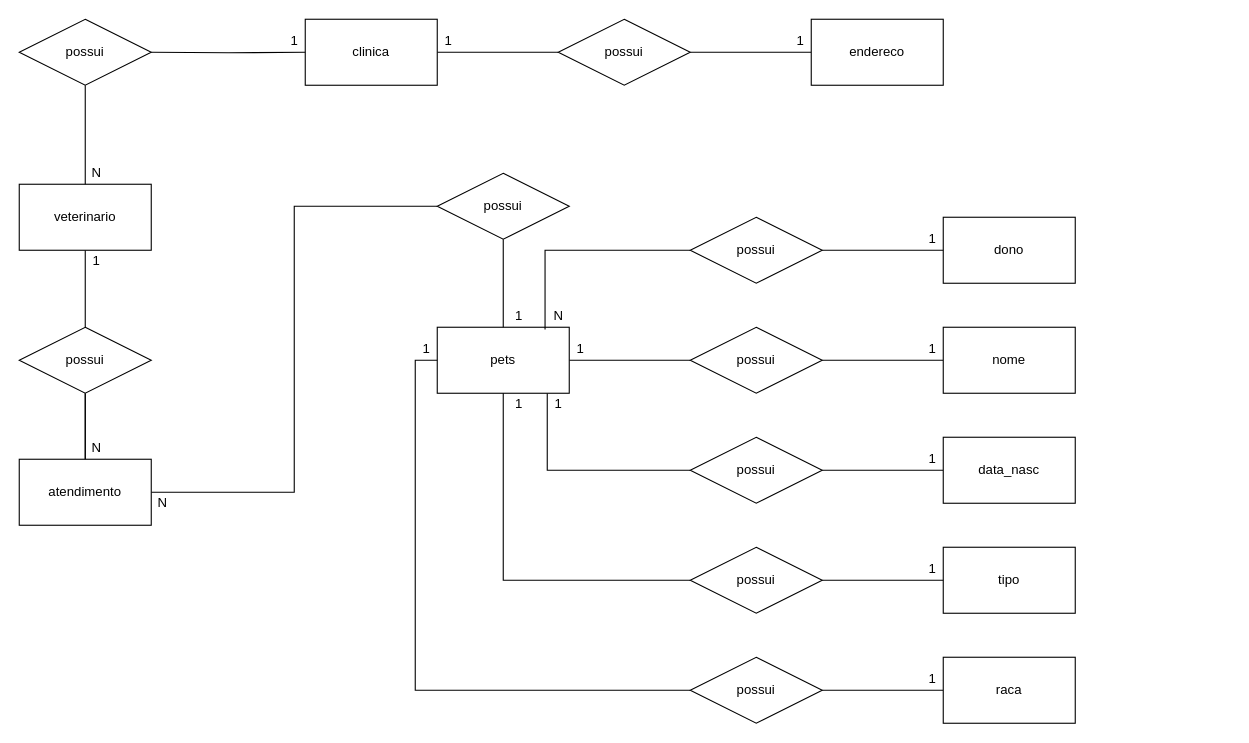
Before: page "conceitual" (1 of 2) of Sprint 1/Exercícios/1.3-exercicio-pclinics/1.3-exercicio-pclinics.drawio in Marcaum04/2021-2S-2-DM, a draw.io diagram. Source tidied: cells renumbered, new cells numbered last; positions are measured from the earlier drawing's top-left corner, leaving out a move shared by most shapes. Both pictures are drawn from the tidied source at 110%, with x=0, y=0 at pixel (19, 19).
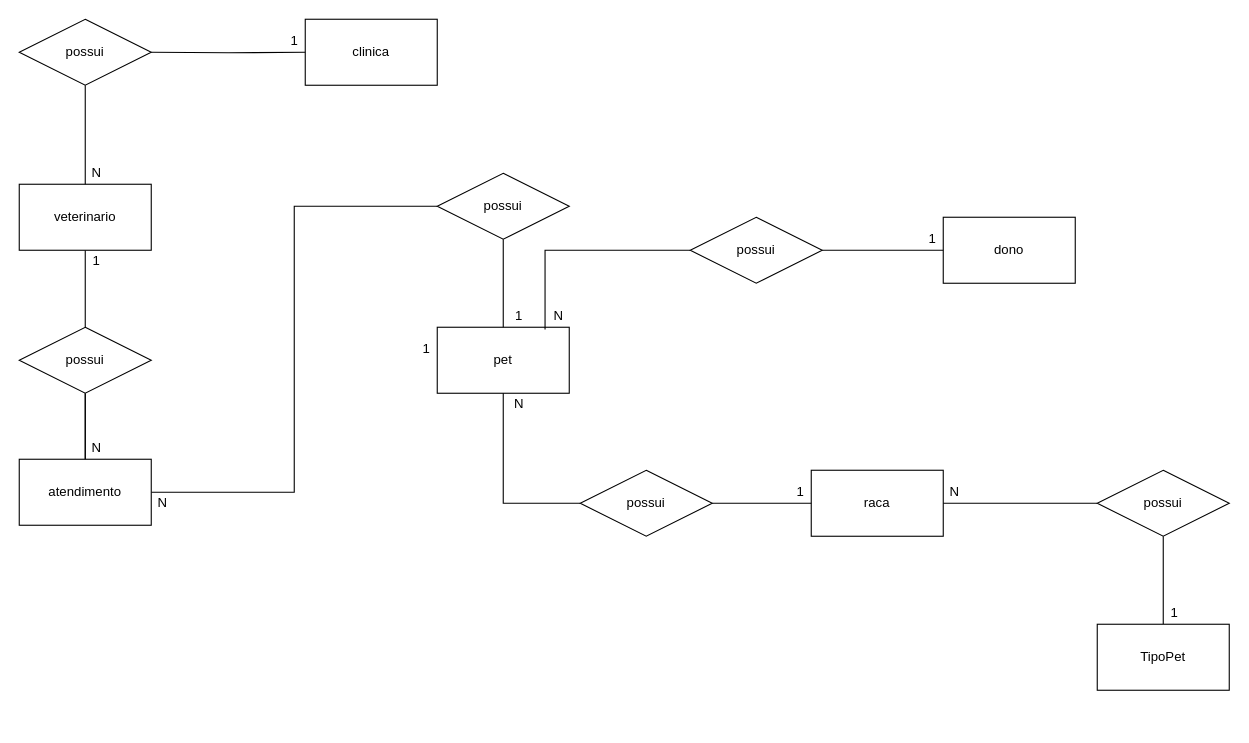
After the change.

Unchanged cells that the change refers to:
```xml
<mxCell id="34" value="clinica" style="rounded=0;whiteSpace=wrap;html=1;" parent="1" vertex="1">
  <mxGeometry x="260" width="120" height="60" as="geometry" />
</mxCell>
```

Diff of the diagram source:
```diff
@@
-    <mxCell id="2" style="edgeStyle=orthogonalEdgeStyle;rounded=0;jettySize=auto;html=1;entryX=0;entryY=0.5;entryDx=0;entryDy=0;endArrow=none;endFill=0;" parent="1" edge="1" source="4" target="6">
-      <mxGeometry relative="1" as="geometry" />
-    </mxCell>
-    <mxCell id="3" style="edgeStyle=orthogonalEdgeStyle;rounded=0;jettySize=auto;html=1;entryX=0;entryY=0.5;entryDx=0;entryDy=0;endArrow=none;endFill=0;" parent="1" edge="1" source="4" target="11">
-      <mxGeometry relative="1" as="geometry">
-        <Array as="points">
-          <mxPoint x="480" y="410" />
-        </Array>
-      </mxGeometry>
-    </mxCell>
-    <mxCell id="4" value="pets" style="rounded=0;whiteSpace=wrap;html=1;" parent="1" vertex="1">
+    <mxCell id="4" value="pet" style="rounded=0;whiteSpace=wrap;html=1;" parent="1" vertex="1">
       <mxGeometry x="380" y="280" width="120" height="60" as="geometry" />
     </mxCell>
-    <mxCell id="5" style="edgeStyle=orthogonalEdgeStyle;rounded=0;jettySize=auto;html=1;entryX=0;entryY=0.5;entryDx=0;entryDy=0;endArrow=none;endFill=0;" parent="1" edge="1" source="6" target="7">
-      <mxGeometry relative="1" as="geometry" />
-    </mxCell>
-    <mxCell id="6" value="possui" style="shape=rhombus;perimeter=rhombusPerimeter;whiteSpace=wrap;html=1;align=center;" parent="1" vertex="1">
-      <mxGeometry x="610" y="280" width="120" height="60" as="geometry" />
-    </mxCell>
-    <mxCell id="7" value="nome" style="rounded=0;whiteSpace=wrap;html=1;" parent="1" vertex="1">
-      <mxGeometry x="840" y="280" width="120" height="60" as="geometry" />
-    </mxCell>
-    <mxCell id="8" value="1" style="text;html=1;align=center;verticalAlign=middle;strokeColor=none;" parent="1" vertex="1">
-      <mxGeometry x="500" y="290" width="20" height="20" as="geometry" />
-    </mxCell>
-    <mxCell id="9" value="1" style="text;html=1;align=center;verticalAlign=middle;strokeColor=none;" parent="1" vertex="1">
-      <mxGeometry x="820" y="290" width="20" height="20" as="geometry" />
-    </mxCell>
-    <mxCell id="10" style="edgeStyle=orthogonalEdgeStyle;rounded=0;jettySize=auto;html=1;entryX=0;entryY=0.5;entryDx=0;entryDy=0;endArrow=none;endFill=0;" parent="1" edge="1" source="11" target="12">
-      <mxGeometry relative="1" as="geometry" />
-    </mxCell>
-    <mxCell id="11" value="possui" style="shape=rhombus;perimeter=rhombusPerimeter;whiteSpace=wrap;html=1;align=center;" parent="1" vertex="1">
-      <mxGeometry x="610" y="380" width="120" height="60" as="geometry" />
-    </mxCell>
-    <mxCell id="12" value="data_nasc" style="rounded=0;whiteSpace=wrap;html=1;" parent="1" vertex="1">
-      <mxGeometry x="840" y="380" width="120" height="60" as="geometry" />
-    </mxCell>
-    <mxCell id="13" value="1" style="text;html=1;align=center;verticalAlign=middle;strokeColor=none;" parent="1" vertex="1">
-      <mxGeometry x="480" y="340" width="20" height="20" as="geometry" />
-    </mxCell>
-    <mxCell id="14" value="1" style="text;html=1;align=center;verticalAlign=middle;strokeColor=none;" parent="1" vertex="1">
-      <mxGeometry x="820" y="390" width="20" height="20" as="geometry" />
-    </mxCell>
-    <mxCell id="15" value="tipo" style="rounded=0;whiteSpace=wrap;html=1;" parent="1" vertex="1">
-      <mxGeometry x="840" y="480" width="120" height="60" as="geometry" />
+    <mxCell id="15" value="raca" style="rounded=0;whiteSpace=wrap;html=1;" parent="1" vertex="1">
+      <mxGeometry x="720" y="410" width="120" height="60" as="geometry" />
     </mxCell>
@@
     <mxCell id="17" style="edgeStyle=orthogonalEdgeStyle;rounded=0;jettySize=auto;html=1;entryX=0.5;entryY=1;entryDx=0;entryDy=0;endArrow=none;endFill=0;" parent="1" edge="1" source="18" target="4">
       <mxGeometry relative="1" as="geometry">
         <Array as="points">
-          <mxPoint x="440" y="510" />
+          <mxPoint x="440" y="440" />
         </Array>
       </mxGeometry>
     </mxCell>
     <mxCell id="18" value="possui" style="shape=rhombus;perimeter=rhombusPerimeter;whiteSpace=wrap;html=1;align=center;" parent="1" vertex="1">
-      <mxGeometry x="610" y="480" width="120" height="60" as="geometry" />
+      <mxGeometry x="510" y="410" width="120" height="60" as="geometry" />
     </mxCell>
-    <mxCell id="19" value="1" style="text;html=1;align=center;verticalAlign=middle;strokeColor=none;" parent="1" vertex="1">
+    <mxCell id="19" value="N" style="text;html=1;align=center;verticalAlign=middle;strokeColor=none;" parent="1" vertex="1">
       <mxGeometry x="444" y="340" width="20" height="20" as="geometry" />
     </mxCell>
     <mxCell id="20" value="1" style="text;html=1;align=center;verticalAlign=middle;strokeColor=none;" parent="1" vertex="1">
-      <mxGeometry x="820" y="490" width="20" height="20" as="geometry" />
+      <mxGeometry x="700" y="420" width="20" height="20" as="geometry" />
     </mxCell>
@@
-    <mxCell id="27" style="edgeStyle=orthogonalEdgeStyle;rounded=0;jettySize=auto;html=1;entryX=0;entryY=0.5;entryDx=0;entryDy=0;endArrow=none;endFill=0;" parent="1" edge="1" source="29" target="30">
+    <mxCell id="27" style="edgeStyle=orthogonalEdgeStyle;rounded=0;jettySize=auto;html=1;entryX=0.5;entryY=0;entryDx=0;entryDy=0;endArrow=none;endFill=0;" parent="1" edge="1" source="29" target="30">
       <mxGeometry relative="1" as="geometry" />
     </mxCell>
-    <mxCell id="28" style="edgeStyle=orthogonalEdgeStyle;rounded=0;jettySize=auto;html=1;entryX=0;entryY=0.5;entryDx=0;entryDy=0;endArrow=none;endFill=0;" parent="1" edge="1" source="29" target="4">
-      <mxGeometry relative="1" as="geometry" />
+    <mxCell id="28" style="edgeStyle=orthogonalEdgeStyle;rounded=0;jettySize=auto;html=1;entryX=1;entryY=0.5;entryDx=0;entryDy=0;endArrow=none;endFill=0;" parent="1" edge="1" source="29" target="15">
+      <mxGeometry relative="1" as="geometry">
+        <Array as="points">
+          <mxPoint x="990" y="440" />
+          <mxPoint x="990" y="440" />
+        </Array>
+      </mxGeometry>
     </mxCell>
     <mxCell id="29" value="possui" style="shape=rhombus;perimeter=rhombusPerimeter;whiteSpace=wrap;html=1;align=center;" parent="1" vertex="1">
-      <mxGeometry x="610" y="580" width="120" height="60" as="geometry" />
+      <mxGeometry x="980" y="410" width="120" height="60" as="geometry" />
     </mxCell>
-    <mxCell id="30" value="raca" style="rounded=0;whiteSpace=wrap;html=1;" parent="1" vertex="1">
-      <mxGeometry x="840" y="580" width="120" height="60" as="geometry" />
+    <mxCell id="30" value="TipoPet" style="rounded=0;whiteSpace=wrap;html=1;" parent="1" vertex="1">
+      <mxGeometry x="980" y="550" width="120" height="60" as="geometry" />
     </mxCell>
@@
     <mxCell id="32" value="1" style="text;html=1;align=center;verticalAlign=middle;strokeColor=none;" parent="1" vertex="1">
-      <mxGeometry x="820" y="590" width="20" height="20" as="geometry" />
+      <mxGeometry x="1040" y="530" width="20" height="20" as="geometry" />
     </mxCell>
-    <mxCell id="33" style="edgeStyle=orthogonalEdgeStyle;rounded=0;jettySize=auto;html=1;entryX=0;entryY=0.5;entryDx=0;entryDy=0;endArrow=none;endFill=0;" parent="1" edge="1" source="34" target="36">
-      <mxGeometry relative="1" as="geometry" />
-    </mxCell>
@@
-    <mxCell id="35" style="edgeStyle=orthogonalEdgeStyle;rounded=0;jettySize=auto;html=1;entryX=0;entryY=0.5;entryDx=0;entryDy=0;endArrow=none;endFill=0;" parent="1" edge="1" source="36" target="37">
-      <mxGeometry relative="1" as="geometry" />
-    </mxCell>
-    <mxCell id="36" value="possui" style="shape=rhombus;perimeter=rhombusPerimeter;whiteSpace=wrap;html=1;align=center;" parent="1" vertex="1">
-      <mxGeometry x="490" width="120" height="60" as="geometry" />
-    </mxCell>
-    <mxCell id="37" value="endereco" style="rounded=0;whiteSpace=wrap;html=1;" parent="1" vertex="1">
-      <mxGeometry x="720" width="120" height="60" as="geometry" />
-    </mxCell>
-    <mxCell id="38" value="1" style="text;html=1;align=center;verticalAlign=middle;strokeColor=none;" parent="1" vertex="1">
-      <mxGeometry x="700" y="10" width="20" height="20" as="geometry" />
-    </mxCell>
-    <mxCell id="39" value="1" style="text;html=1;align=center;verticalAlign=middle;strokeColor=none;" parent="1" vertex="1">
-      <mxGeometry x="380" y="10" width="20" height="20" as="geometry" />
-    </mxCell>
@@
+    <mxCell id="58" value="N" style="text;html=1;align=center;verticalAlign=middle;strokeColor=none;" parent="1" vertex="1">
+      <mxGeometry x="840" y="420" width="20" height="20" as="geometry" />
+    </mxCell>
```
